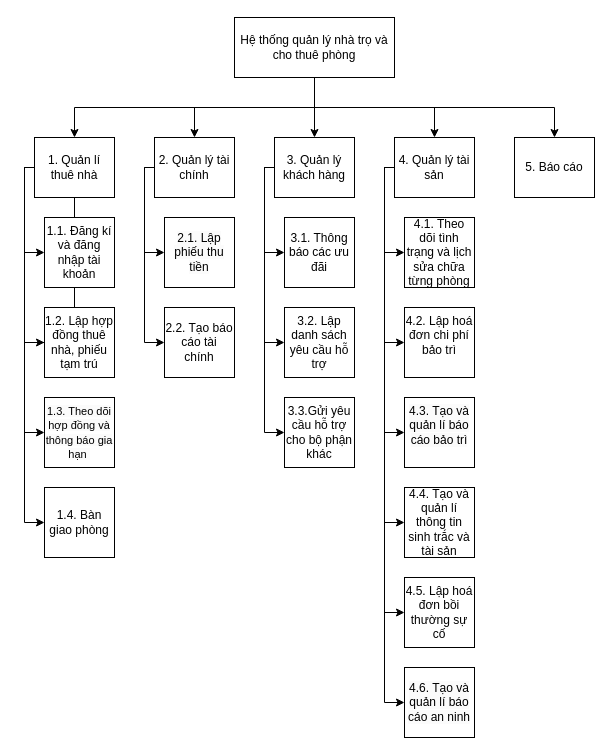
Earlier version of the draw.io diagram Phân tích thiết kế hệ thống/Tuan4_5/draw.io file/PhanRaChucNang.drawio (Nguyeniris123/DH22IT01OU). Source tidied: cells renumbered, new cells numbered last; positions are measured from the earlier drawing's top-left corner, leaving out a move shared by most shapes. Both pictures are drawn from the tidied source at 100%, with x=0, y=0 at pixel (24, 17).
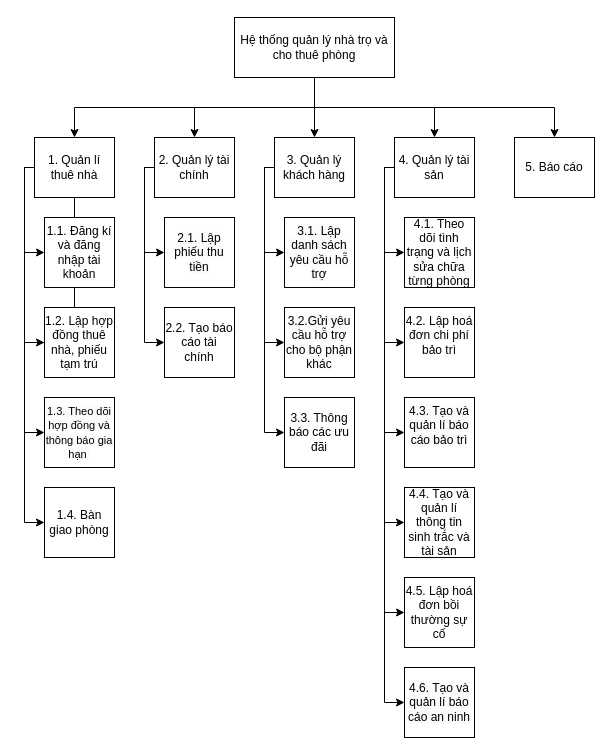
After the change.

The change refers to these unchanged cells:
```xml
<mxCell id="11" value="3. Quản lý khách hàng" style="rounded=0;whiteSpace=wrap;html=1;" parent="1" vertex="1">
  <mxGeometry x="250" y="120" width="80" height="60" as="geometry" />
</mxCell>
```

What changed in the source:
```diff
@@
-    <mxCell id="10" style="edgeStyle=orthogonalEdgeStyle;rounded=0;jettySize=auto;html=1;entryX=0;entryY=0.5;entryDx=0;entryDy=0;" parent="1" edge="1" source="11" target="42">
+    <mxCell id="10" style="edgeStyle=orthogonalEdgeStyle;rounded=0;jettySize=auto;html=1;entryX=0;entryY=0.5;entryDx=0;entryDy=0;" parent="1" edge="1" source="11">
       <mxGeometry relative="1" as="geometry">
+        <mxPoint x="260" y="415" as="targetPoint" />
         <Array as="points">
           <mxPoint x="240" y="150" />
           <mxPoint x="240" y="415" />
         </Array>
       </mxGeometry>
     </mxCell>
@@
-    <mxCell id="33" value="3.2. Lập danh sách yêu cầu hỗ trợ" style="whiteSpace=wrap;html=1;" parent="1" vertex="1">
+    <mxCell id="33" value="&lt;br&gt;&lt;span style=&quot;color: rgb(0, 0, 0); font-family: Helvetica; font-size: 12px; font-style: normal; font-variant-ligatures: normal; font-variant-caps: normal; font-weight: 400; letter-spacing: normal; orphans: 2; text-align: center; text-indent: 0px; text-transform: none; widows: 2; word-spacing: 0px; -webkit-text-stroke-width: 0px; white-space: normal; background-color: rgb(251, 251, 251); text-decoration-thickness: initial; text-decoration-style: initial; text-decoration-color: initial; display: inline !important; float: none;&quot;&gt;3.2.Gửi yêu cầu hỗ trợ cho bộ phận khác&lt;/span&gt;&lt;div&gt;&lt;br/&gt;&lt;/div&gt;" style="whiteSpace=wrap;html=1;" parent="1" vertex="1">
       <mxGeometry x="260" y="290" width="70" height="70" as="geometry" />
     </mxCell>
-    <mxCell id="34" value="3.1. Thông báo các ưu đãi" style="whiteSpace=wrap;html=1;" parent="1" vertex="1">
+    <mxCell id="34" value="&lt;br&gt;&lt;span style=&quot;color: rgb(0, 0, 0); font-family: Helvetica; font-size: 12px; font-style: normal; font-variant-ligatures: normal; font-variant-caps: normal; font-weight: 400; letter-spacing: normal; orphans: 2; text-align: center; text-indent: 0px; text-transform: none; widows: 2; word-spacing: 0px; -webkit-text-stroke-width: 0px; white-space: normal; background-color: rgb(251, 251, 251); text-decoration-thickness: initial; text-decoration-style: initial; text-decoration-color: initial; display: inline !important; float: none;&quot;&gt;3.1. Lập danh sách yêu cầu hỗ trợ&lt;/span&gt;&lt;div&gt;&lt;br/&gt;&lt;/div&gt;" style="whiteSpace=wrap;html=1;" parent="1" vertex="1">
       <mxGeometry x="260" y="200" width="70" height="70" as="geometry" />
     </mxCell>
@@
-    <mxCell id="42" value="3.3.Gửi yêu cầu hỗ trợ cho bộ phận khác" style="whiteSpace=wrap;html=1;" parent="1" vertex="1">
-      <mxGeometry x="260" y="380" width="70" height="70" as="geometry" />
-    </mxCell>
+    <mxCell id="43" value="3.3. Thông báo các ưu đãi" style="whiteSpace=wrap;html=1;" parent="1" vertex="1">
+      <mxGeometry x="260" y="380" width="70" height="70" as="geometry" />
+    </mxCell>
```
